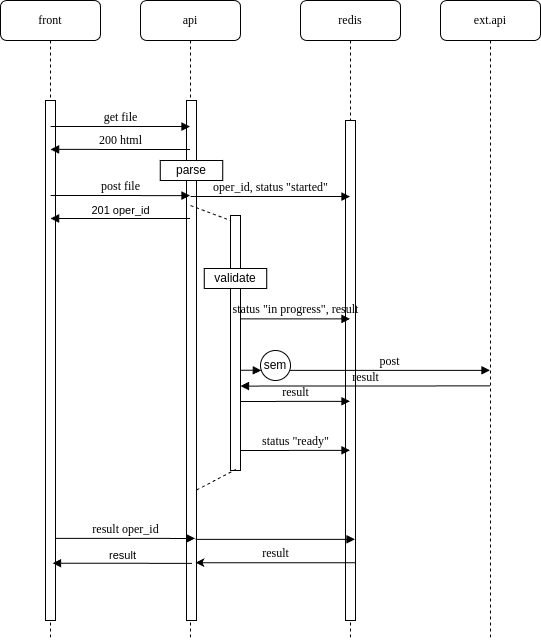
Above: tetrika_scheme.png in KonstantinKlepikov/tetrika-test (draw.io), before the change. Source tidied: cells renumbered, new cells last; positions are measured from the earlier drawing's top-left corner, leaving out a move shared by most shapes.
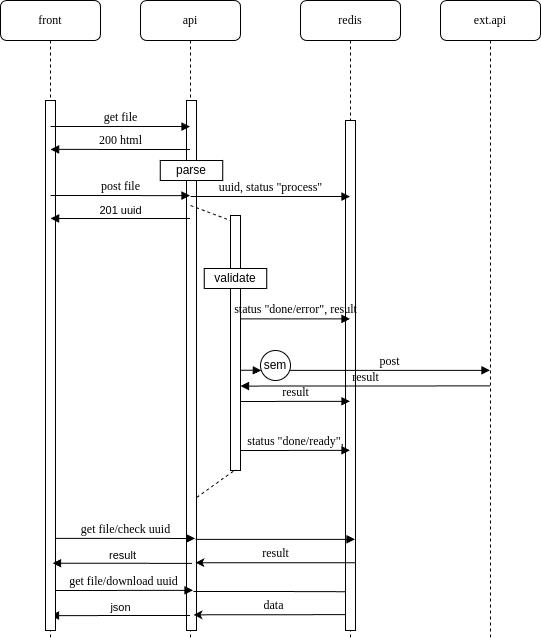
The same diagram one commit later.

What changed in the source:
```diff
@@ -6,7 +6,7 @@
       <mxGeometry x="140" width="100" height="640" as="geometry" />
     </mxCell>
     <mxCell id="3" style="html=1;points=[];perimeter=orthogonalPerimeter;rounded=0;shadow=0;comic=0;labelBackgroundColor=none;strokeWidth=1;fontFamily=Verdana;fontSize=12;align=center;" parent="2" vertex="1">
-      <mxGeometry x="46" y="100" width="10" height="520" as="geometry" />
+      <mxGeometry x="46" y="100" width="10" height="530" as="geometry" />
     </mxCell>
     <mxCell id="4" style="html=1;points=[];perimeter=orthogonalPerimeter;rounded=0;shadow=0;comic=0;labelBackgroundColor=none;strokeWidth=1;fontFamily=Verdana;fontSize=12;align=center;" parent="2" vertex="1">
       <mxGeometry x="90" y="215" width="10" height="255" as="geometry" />
@@ -26,11 +26,39 @@
     <mxCell id="8" style="endArrow=none;dashed=1;html=1;rounded=0;entryX=0.524;entryY=0.996;entryDx=0;entryDy=0;entryPerimeter=0;exitX=1.019;exitY=0.749;exitDx=0;exitDy=0;exitPerimeter=0;" parent="2" edge="1" source="3" target="4">
       <mxGeometry relative="1" as="geometry" />
     </mxCell>
+    <mxCell id="32" value="get file/download uuid" style="html=1;verticalAlign=bottom;endArrow=block;labelBackgroundColor=none;fontFamily=Verdana;fontSize=12;edgeStyle=elbowEdgeStyle;elbow=vertical;" parent="2" edge="1">
+      <mxGeometry relative="1" as="geometry">
+        <mxPoint x="-87" y="590" as="sourcePoint" />
+        <mxPoint x="52.5" y="590" as="targetPoint" />
+      </mxGeometry>
+    </mxCell>
+    <mxCell id="33" style="html=1;verticalAlign=bottom;endArrow=block;labelBackgroundColor=none;fontFamily=Verdana;fontSize=12;edgeStyle=elbowEdgeStyle;elbow=vertical;" parent="2" edge="1">
+      <mxGeometry x="-0.35" y="58" relative="1" as="geometry">
+        <mxPoint x="49.5" y="615" as="sourcePoint" />
+        <mxPoint x="-90" y="615" as="targetPoint" />
+      </mxGeometry>
+    </mxCell>
+    <mxCell id="34" value="json" style="edgeLabel;html=1;align=center;verticalAlign=middle;" parent="33" vertex="1">
+      <mxGeometry x="0.14" y="1" relative="1" as="geometry">
+        <mxPoint x="10" y="-9" as="offset" />
+      </mxGeometry>
+    </mxCell>
+    <mxCell id="35" value="data" style="html=1;verticalAlign=bottom;endArrow=none;labelBackgroundColor=none;fontFamily=Verdana;fontSize=12;edgeStyle=elbowEdgeStyle;elbow=vertical;endFill=0;startArrow=classic;startFill=1;" parent="2" edge="1">
+      <mxGeometry relative="1" as="geometry">
+        <mxPoint x="53" y="614.3" as="sourcePoint" />
+        <mxPoint x="212.5" y="614.3" as="targetPoint" />
+      </mxGeometry>
+    </mxCell>
+    <mxCell id="36" style="html=1;verticalAlign=bottom;endArrow=block;labelBackgroundColor=none;fontFamily=Verdana;fontSize=12;edgeStyle=elbowEdgeStyle;elbow=horizontal;entryX=0.833;entryY=0.924;entryDx=0;entryDy=0;entryPerimeter=0;" parent="2" edge="1" target="10">
+      <mxGeometry relative="1" as="geometry">
+        <mxPoint x="53" y="591" as="sourcePoint" />
+      </mxGeometry>
+    </mxCell>
     <mxCell id="9" value="redis" style="shape=umlLifeline;perimeter=lifelinePerimeter;whiteSpace=wrap;html=1;rounded=1;shadow=0;comic=0;labelBackgroundColor=none;strokeWidth=1;fontFamily=Verdana;fontSize=12;align=center;" parent="1" vertex="1">
       <mxGeometry x="300" width="100" height="640" as="geometry" />
     </mxCell>
     <mxCell id="10" style="html=1;points=[];perimeter=orthogonalPerimeter;rounded=0;shadow=0;comic=0;labelBackgroundColor=none;strokeWidth=1;fontFamily=Verdana;fontSize=12;align=center;" parent="9" vertex="1">
-      <mxGeometry x="45" y="120" width="10" height="500" as="geometry" />
+      <mxGeometry x="45" y="120" width="10" height="510" as="geometry" />
     </mxCell>
     <mxCell id="11" value="ext.api" style="shape=umlLifeline;perimeter=lifelinePerimeter;whiteSpace=wrap;html=1;rounded=1;shadow=0;comic=0;labelBackgroundColor=none;strokeWidth=1;fontFamily=Verdana;fontSize=12;align=center;" parent="1" vertex="1">
       <mxGeometry x="440" width="100" height="640" as="geometry" />
@@ -39,7 +67,7 @@
       <mxGeometry width="100" height="640" as="geometry" />
     </mxCell>
     <mxCell id="13" style="html=1;perimeter=orthogonalPerimeter;rounded=0;shadow=0;comic=0;labelBackgroundColor=none;strokeWidth=1;fontFamily=Verdana;fontSize=12;align=center;" parent="12" vertex="1">
-      <mxGeometry x="45" y="100" width="10" height="520" as="geometry" />
+      <mxGeometry x="45" y="100" width="10" height="530" as="geometry" />
     </mxCell>
     <mxCell id="14" value="get file" style="html=1;verticalAlign=bottom;endArrow=block;labelBackgroundColor=none;fontFamily=Verdana;fontSize=12;edgeStyle=elbowEdgeStyle;elbow=vertical;" parent="1" edge="1">
       <mxGeometry relative="1" as="geometry">
@@ -47,7 +75,7 @@
         <mxPoint x="189.5" y="126" as="targetPoint" />
       </mxGeometry>
     </mxCell>
-    <mxCell id="15" value="oper_id, status &quot;started&quot;" style="html=1;verticalAlign=bottom;endArrow=block;labelBackgroundColor=none;fontFamily=Verdana;fontSize=12;edgeStyle=elbowEdgeStyle;elbow=vertical;" parent="1" edge="1">
+    <mxCell id="15" value="uuid, status &quot;process&quot;" style="html=1;verticalAlign=bottom;endArrow=block;labelBackgroundColor=none;fontFamily=Verdana;fontSize=12;edgeStyle=elbowEdgeStyle;elbow=vertical;" parent="1" edge="1">
       <mxGeometry relative="1" as="geometry">
         <mxPoint x="190.1" y="196" as="sourcePoint" />
         <mxPoint x="349.5" y="196" as="targetPoint" />
@@ -71,12 +99,12 @@
         <mxPoint x="50.1" y="218.2" as="targetPoint" />
       </mxGeometry>
     </mxCell>
-    <mxCell id="19" value="201 oper_id" style="edgeLabel;html=1;align=center;verticalAlign=middle;" parent="18" vertex="1">
+    <mxCell id="19" value="201 uuid" style="edgeLabel;html=1;align=center;verticalAlign=middle;" parent="18" vertex="1">
       <mxGeometry x="0.14" y="1" relative="1" as="geometry">
         <mxPoint x="10" y="-9" as="offset" />
       </mxGeometry>
     </mxCell>
-    <mxCell id="20" value="status &quot;in progress&quot;, result" style="html=1;verticalAlign=bottom;endArrow=block;labelBackgroundColor=none;fontFamily=Verdana;fontSize=12;edgeStyle=elbowEdgeStyle;elbow=vertical;" parent="1" edge="1">
+    <mxCell id="20" value="status &quot;done/error&quot;, result" style="html=1;verticalAlign=bottom;endArrow=block;labelBackgroundColor=none;fontFamily=Verdana;fontSize=12;edgeStyle=elbowEdgeStyle;elbow=vertical;" parent="1" edge="1">
       <mxGeometry relative="1" as="geometry">
         <mxPoint x="240" y="318.4" as="sourcePoint" />
         <mxPoint x="349.5" y="318.4" as="targetPoint" />
@@ -99,7 +127,7 @@
         <mxPoint x="349.5" y="400.9" as="targetPoint" />
       </mxGeometry>
     </mxCell>
-    <mxCell id="24" value="status &quot;ready&quot;" style="html=1;verticalAlign=bottom;endArrow=block;labelBackgroundColor=none;fontFamily=Verdana;fontSize=12;edgeStyle=elbowEdgeStyle;elbow=vertical;" parent="1" edge="1">
+    <mxCell id="24" value="status &quot;done/ready&quot;," style="html=1;verticalAlign=bottom;endArrow=block;labelBackgroundColor=none;fontFamily=Verdana;fontSize=12;edgeStyle=elbowEdgeStyle;elbow=vertical;" parent="1" edge="1">
       <mxGeometry relative="1" as="geometry">
         <mxPoint x="240" y="450" as="sourcePoint" />
         <mxPoint x="349.5" y="450" as="targetPoint" />
@@ -113,7 +141,7 @@
     <mxCell id="26" value="sem" style="ellipse;whiteSpace=wrap;html=1;" parent="1" vertex="1">
       <mxGeometry x="260" y="350" width="30" height="30" as="geometry" />
     </mxCell>
-    <mxCell id="27" value="result oper_id" style="html=1;verticalAlign=bottom;endArrow=block;labelBackgroundColor=none;fontFamily=Verdana;fontSize=12;edgeStyle=elbowEdgeStyle;elbow=vertical;" parent="1" edge="1">
+    <mxCell id="27" value="get file/check uuid" style="html=1;verticalAlign=bottom;endArrow=block;labelBackgroundColor=none;fontFamily=Verdana;fontSize=12;edgeStyle=elbowEdgeStyle;elbow=vertical;" parent="1" edge="1">
       <mxGeometry relative="1" as="geometry">
         <mxPoint x="55" y="537.9" as="sourcePoint" />
         <mxPoint x="194.5" y="537.9" as="targetPoint" />
```
